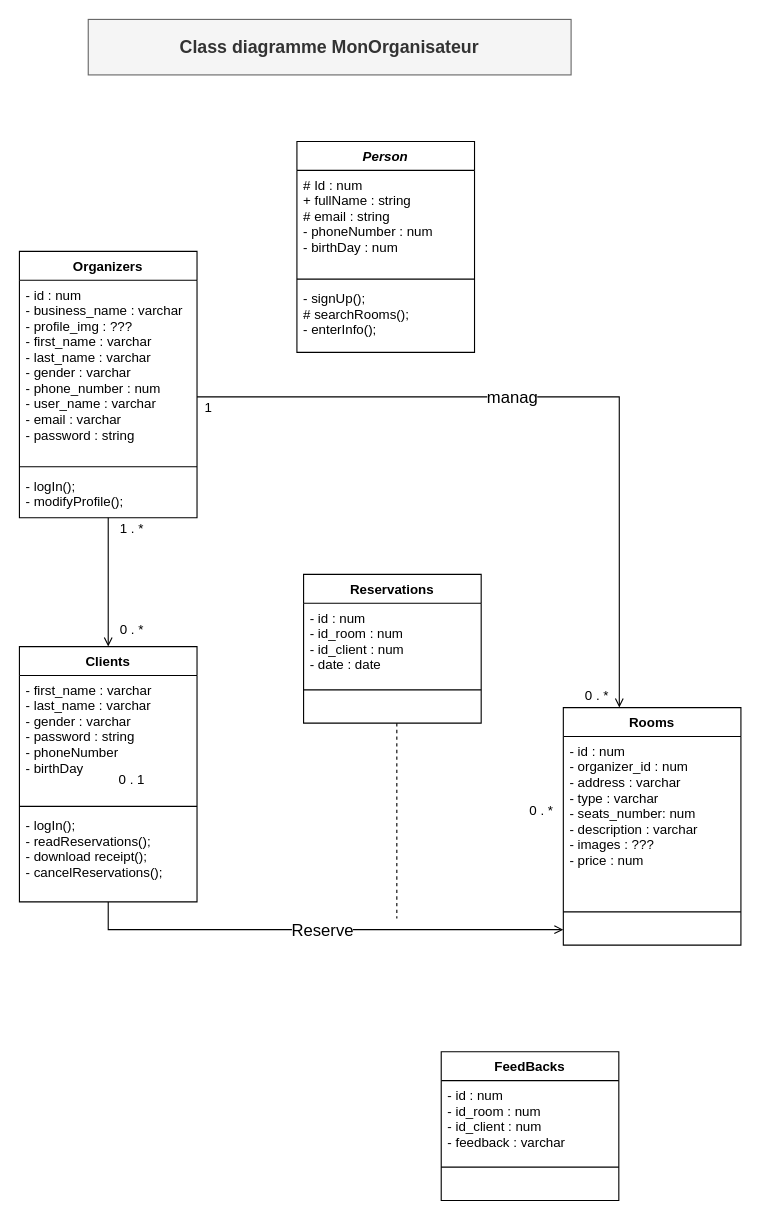
Earlier version of the draw.io diagram UML/diagram-class.drawio (daalimouhcine/Mon_Organisateur). Source tidied: cells renumbered, new cells numbered last; positions are measured from the earlier drawing's top-left corner, leaving out a move shared by most shapes. Both pictures are drawn from the tidied source at 111%, with x=0, y=0 at pixel (19, 19).
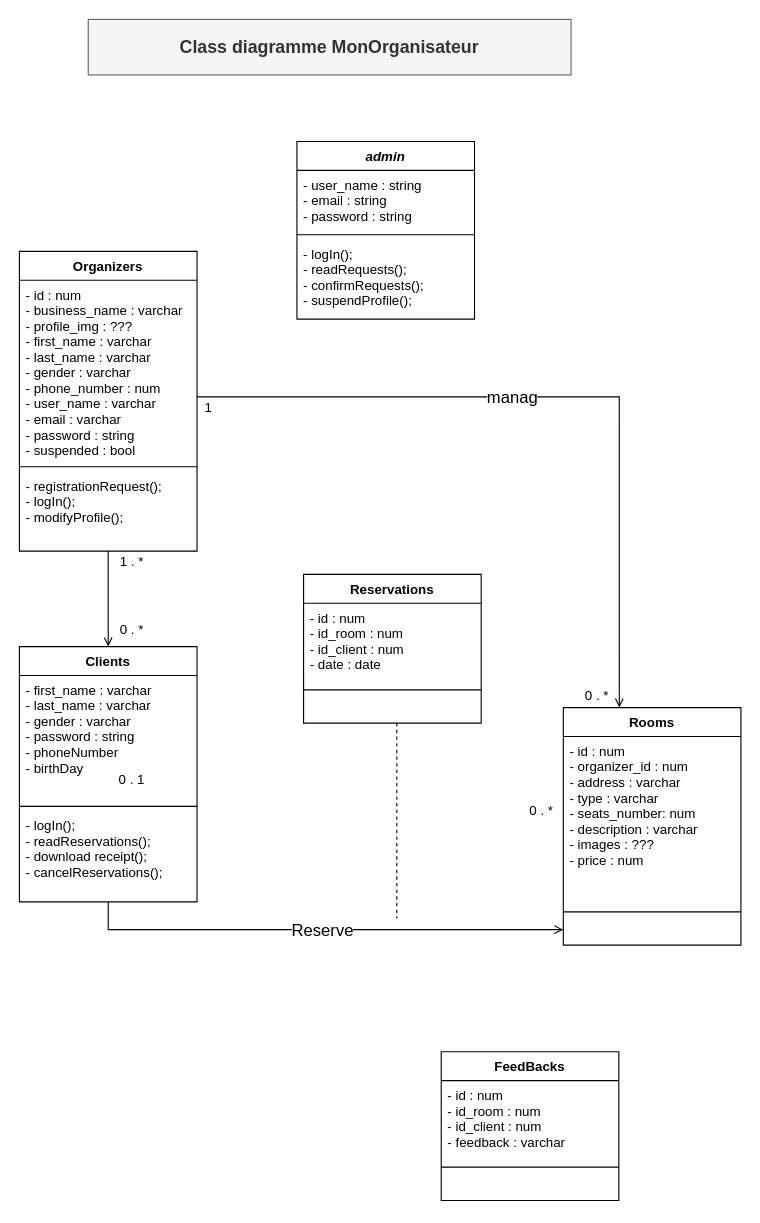
Above is the later version.

Commit message:
add admin class

Change to the diagram source:
```diff
@@
-    <mxCell id="2" value="Person" style="swimlane;fontStyle=3;align=center;verticalAlign=top;horizontal=1;startSize=26;rounded=0;shadow=0;strokeWidth=1;" parent="1" vertex="1">
-      <mxGeometry x="250" y="110" width="160" height="190" as="geometry" />
+    <mxCell id="2" value="admin" style="swimlane;fontStyle=3;align=center;verticalAlign=top;horizontal=1;startSize=26;rounded=0;shadow=0;strokeWidth=1;" parent="1" vertex="1">
+      <mxGeometry x="250" y="110" width="160" height="160" as="geometry" />
     </mxCell>
-    <mxCell id="3" value="# Id : num&#10;+ fullName : string&#10;# email : string&#10;- phoneNumber : num&#10;- birthDay : num&#10;" style="text;align=left;verticalAlign=top;spacingLeft=4;spacingRight=4;overflow=hidden;rounded=0;shadow=0;html=0;" parent="2" vertex="1">
-      <mxGeometry y="26" width="160" height="94" as="geometry" />
+    <mxCell id="3" value="- user_name : string&#10;- email : string &#10;- password : string" style="text;align=left;verticalAlign=top;spacingLeft=4;spacingRight=4;overflow=hidden;rounded=0;shadow=0;html=0;" parent="2" vertex="1">
+      <mxGeometry y="26" width="160" height="54" as="geometry" />
     </mxCell>
     <mxCell id="4" style="line;html=1;strokeWidth=1;align=left;verticalAlign=middle;spacingTop=-1;spacingLeft=3;spacingRight=3;labelPosition=right;" parent="2" vertex="1">
-      <mxGeometry y="120" width="160" height="8" as="geometry" />
+      <mxGeometry y="80" width="160" height="8" as="geometry" />
     </mxCell>
-    <mxCell id="5" value="- signUp();&#10;# searchRooms();&#10;- enterInfo();" style="text;align=left;verticalAlign=top;spacingLeft=4;spacingRight=4;overflow=hidden;" parent="2" vertex="1">
-      <mxGeometry y="128" width="160" height="62" as="geometry" />
+    <mxCell id="5" value="- logIn();&#10;- readRequests();&#10;- confirmRequests();&#10;- suspendProfile();" style="text;align=left;verticalAlign=top;spacingLeft=4;spacingRight=4;overflow=hidden;" parent="2" vertex="1">
+      <mxGeometry y="88" width="160" height="62" as="geometry" />
     </mxCell>
@@
     <mxCell id="14" value="Organizers" style="swimlane;fontStyle=1;align=center;verticalAlign=top;horizontal=1;startSize=26;rounded=0;shadow=0;strokeWidth=1;" parent="1" vertex="1">
-      <mxGeometry y="209" width="160" height="240" as="geometry" />
+      <mxGeometry y="209" width="160" height="270" as="geometry" />
     </mxCell>
-    <mxCell id="15" value="- id : num&#10;- business_name : varchar&#10;- profile_img : ???&#10;- first_name : varchar&#10;- last_name : varchar&#10;- gender : varchar&#10;- phone_number : num&#10;- user_name : varchar&#10;- email : varchar&#10;- password : string&#10;" style="text;align=left;verticalAlign=top;spacingLeft=4;spacingRight=4;overflow=hidden;" parent="14" vertex="1">
+    <mxCell id="15" value="- id : num&#10;- business_name : varchar&#10;- profile_img : ???&#10;- first_name : varchar&#10;- last_name : varchar&#10;- gender : varchar&#10;- phone_number : num&#10;- user_name : varchar&#10;- email : varchar&#10;- password : string&#10;- suspended : bool&#10;" style="text;align=left;verticalAlign=top;spacingLeft=4;spacingRight=4;overflow=hidden;" parent="14" vertex="1">
       <mxGeometry y="26" width="160" height="164" as="geometry" />
     </mxCell>
@@
-    <mxCell id="17" value="- logIn();&#10;- modifyProfile();" style="text;align=left;verticalAlign=top;spacingLeft=4;spacingRight=4;overflow=hidden;fontStyle=0;" parent="14" vertex="1">
-      <mxGeometry y="198" width="160" height="42" as="geometry" />
+    <mxCell id="17" value="- registrationRequest();&#10;- logIn();&#10;- modifyProfile();" style="text;align=left;verticalAlign=top;spacingLeft=4;spacingRight=4;overflow=hidden;fontStyle=0;" parent="14" vertex="1">
+      <mxGeometry y="198" width="160" height="72" as="geometry" />
     </mxCell>
@@
     <mxCell id="21" value="1 . *" style="text;html=1;align=center;verticalAlign=middle;strokeColor=none;fillColor=none;" parent="1" vertex="1">
-      <mxGeometry x="81" y="449" width="40" height="20" as="geometry" />
+      <mxGeometry x="81" y="479" width="40" height="20" as="geometry" />
     </mxCell>
```
